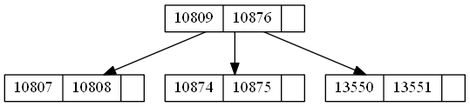
This is Graphics/Épico.png from Guillermo-O-C/EDD_1S20200_PY2_201801366, a Graphviz export, as it was before one commit. Its source is kept beside it as TextFiles/Épico.dot.
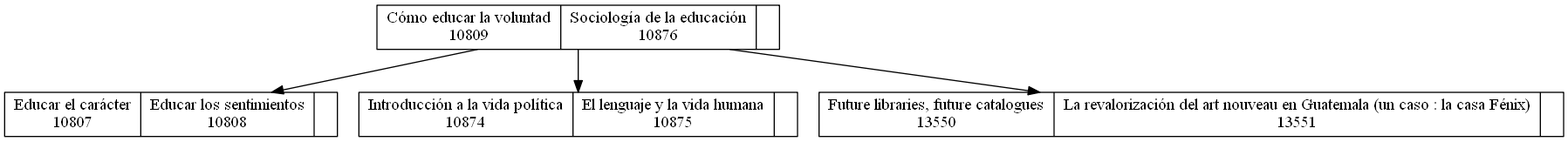
The same diagram one commit later.

Change to the diagram source:
```diff
@@ -2,8 +2,8 @@
  node [shape = record,height=.1];10809->10807;
 10809->10874;
 10809->13550;
-10809[label = "<f0>10809|<f1>10876|"];
-10807[label = "<f0>10807|<f1>10808|"];
-10874[label = "<f0>10874|<f1>10875|"];
-13550[label = "<f0>13550|<f1>13551|"];
+10809[label = "<f0>Cómo educar la voluntad\n10809|<f1>Sociología de la educación\n10876|"];
+10807[label = "<f0>Educar el carácter\n10807|<f1>Educar los sentimientos\n10808|"];
+10874[label = "<f0>Introducción a la vida política\n10874|<f1>El lenguaje y la vida humana\n10875|"];
+13550[label = "<f0>Future libraries, future catalogues\n13550|<f1>La revalorización del art nouveau en Guatemala (un caso : la casa Fénix)\n13551|"];
 }
```
